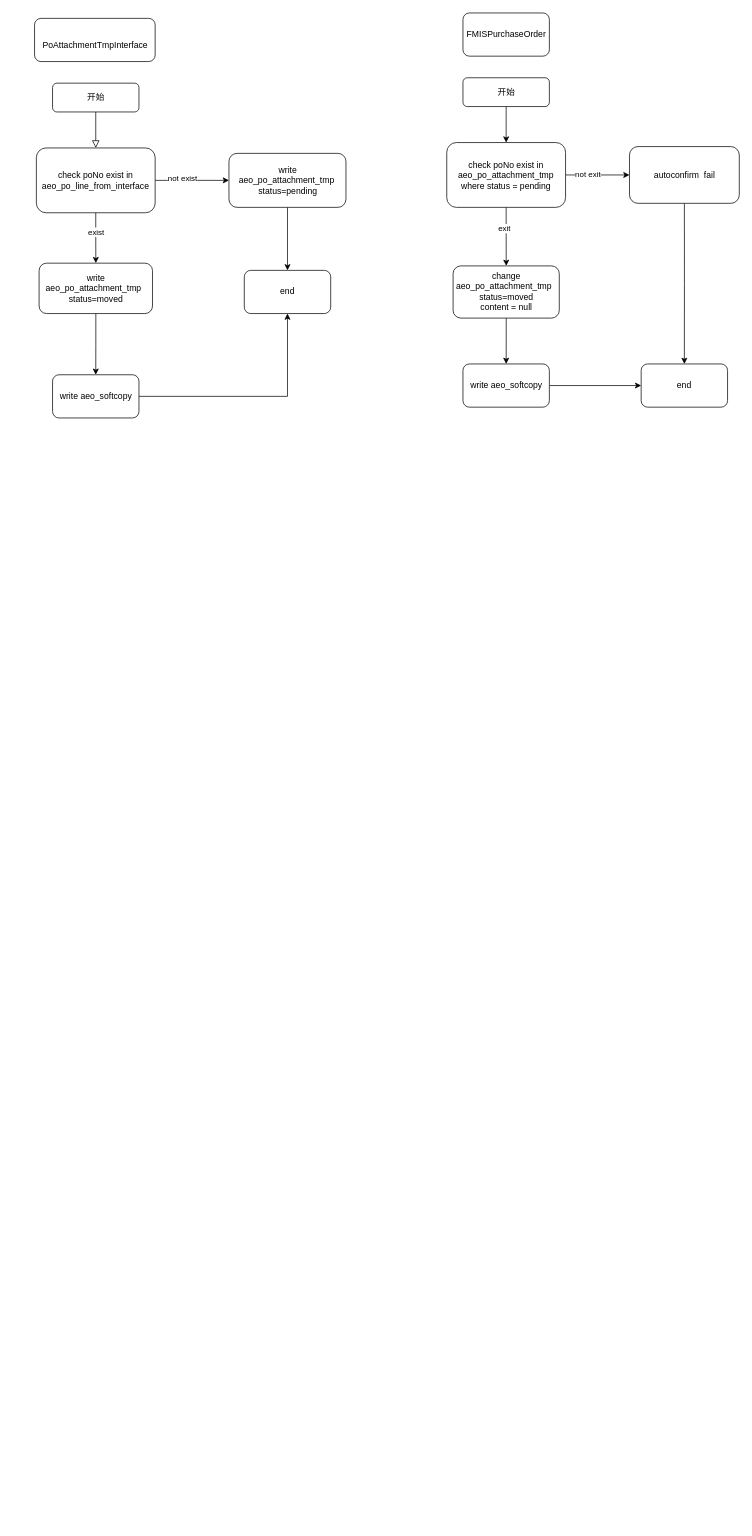
1119132473/doc keeps this draw.io diagram as po_atta.drawio. Above is the earlier version. Source tidied: cells renumbered, new cells numbered last; positions are measured from the earlier drawing's top-left corner, leaving out a move shared by most shapes. Both pictures are drawn from the tidied source at 72%, with x=0, y=0 at pixel (35, 12).
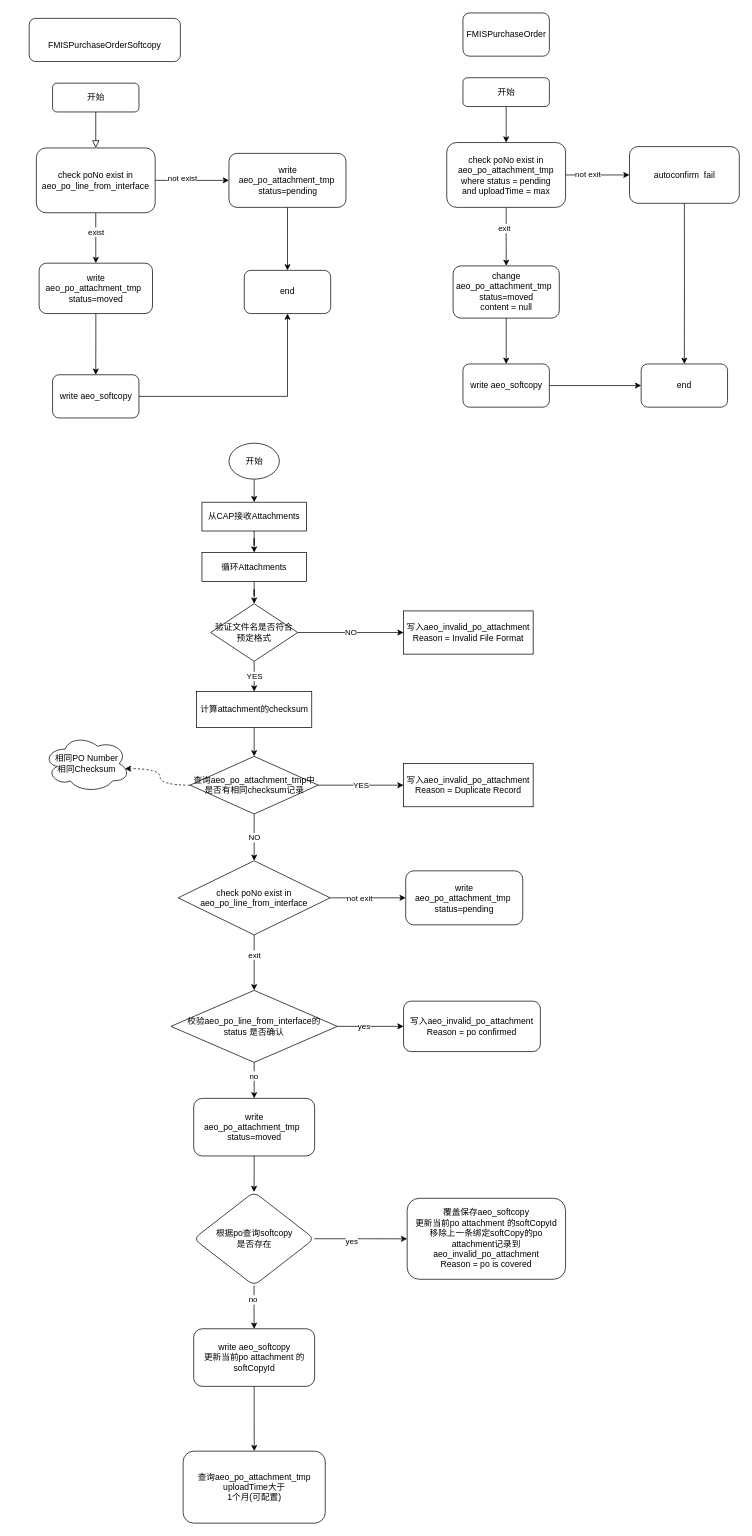
After the change.

Change to the diagram source:
```diff
@@
-    <mxCell id="4" value="&lt;br&gt;&lt;table width=&quot;230&quot; cellspacing=&quot;0&quot; cellpadding=&quot;0&quot; border=&quot;0&quot;&gt;&lt;tbody&gt;&lt;tr height=&quot;20&quot;&gt;&lt;td style=&quot;height:15.0pt;width:173pt&quot; class=&quot;xl66&quot; width=&quot;230&quot; height=&quot;20&quot;&gt;PoAttachmentTmpInterface&lt;/td&gt;&lt;/tr&gt;&lt;/tbody&gt;&lt;/table&gt;" style="rounded=1;whiteSpace=wrap;html=1;" parent="1" vertex="1">
-      <mxGeometry x="-0.5" y="8" width="167.5" height="60" as="geometry" />
-    </mxCell>
@@
-    <mxCell id="24" value="&lt;div&gt;check poNo exist in aeo_po_attachment_tmp&lt;/div&gt;&lt;div&gt;where status = pending&lt;br&gt;&lt;/div&gt;" style="rounded=1;whiteSpace=wrap;html=1;" parent="1" vertex="1">
+    <mxCell id="24" value="&lt;div&gt;check poNo exist in aeo_po_attachment_tmp&lt;/div&gt;&lt;div&gt;where status = pending&lt;/div&gt;&lt;div&gt;and uploadTime = max&lt;br&gt;&lt;/div&gt;" style="rounded=1;whiteSpace=wrap;html=1;" parent="1" vertex="1">
       <mxGeometry x="572" y="180.5" width="165" height="90" as="geometry" />
     </mxCell>
@@
+    <mxCell id="32" value="&lt;br&gt;&lt;table width=&quot;230&quot; cellspacing=&quot;0&quot; cellpadding=&quot;0&quot; border=&quot;0&quot;&gt;&lt;colgroup&gt;&lt;col width=&quot;230&quot;&gt;&lt;/colgroup&gt;&lt;tbody&gt;&lt;tr height=&quot;40&quot;&gt;  &lt;td style=&quot;height:30.0pt;width:173pt&quot; class=&quot;xl66&quot; width=&quot;230&quot; height=&quot;40&quot;&gt;FMISPurchaseOrderSoftcopy&lt;/td&gt;&lt;/tr&gt;&lt;/tbody&gt;&lt;/table&gt;" style="rounded=1;whiteSpace=wrap;html=1;" parent="1" vertex="1">
+      <mxGeometry x="-8" y="8" width="210" height="60" as="geometry" />
+    </mxCell>
+    <mxCell id="33" style="edgeStyle=orthogonalEdgeStyle;rounded=0;jettySize=auto;html=1;exitX=0.5;exitY=1;exitDx=0;exitDy=0;entryX=0.5;entryY=0;entryDx=0;entryDy=0;" parent="1" edge="1" source="34" target="36">
+      <mxGeometry relative="1" as="geometry" />
+    </mxCell>
+    <mxCell id="34" value="开始" style="ellipse;whiteSpace=wrap;html=1;" parent="1" vertex="1">
+      <mxGeometry x="269.5" y="598" width="70" height="50" as="geometry" />
+    </mxCell>
+    <mxCell id="35" style="edgeStyle=orthogonalEdgeStyle;rounded=0;jettySize=auto;html=1;exitX=0.5;exitY=1;exitDx=0;exitDy=0;" parent="1" edge="1" source="36" target="38">
+      <mxGeometry relative="1" as="geometry" />
+    </mxCell>
+    <mxCell id="36" value="从CAP接收Attachments" style="rounded=0;whiteSpace=wrap;html=1;" parent="1" vertex="1">
+      <mxGeometry x="232" y="680" width="145" height="40" as="geometry" />
+    </mxCell>
+    <mxCell id="37" style="edgeStyle=orthogonalEdgeStyle;rounded=0;jettySize=auto;html=1;" parent="1" edge="1" source="38" target="41">
+      <mxGeometry relative="1" as="geometry" />
+    </mxCell>
+    <mxCell id="38" value="循环Attachments" style="rounded=0;whiteSpace=wrap;html=1;" parent="1" vertex="1">
+      <mxGeometry x="232" y="750" width="145" height="40" as="geometry" />
+    </mxCell>
+    <mxCell id="39" value="YES" style="edgeStyle=orthogonalEdgeStyle;rounded=0;jettySize=auto;html=1;" parent="1" edge="1" source="41" target="44">
+      <mxGeometry relative="1" as="geometry" />
+    </mxCell>
+    <mxCell id="40" value="NO" style="edgeStyle=orthogonalEdgeStyle;rounded=0;jettySize=auto;html=1;" parent="1" edge="1" source="41" target="42">
+      <mxGeometry relative="1" as="geometry" />
+    </mxCell>
+    <mxCell id="41" value="验证文件名是否符合预定格式" style="rhombus;whiteSpace=wrap;html=1;" parent="1" vertex="1">
+      <mxGeometry x="244" y="821" width="121" height="80" as="geometry" />
+    </mxCell>
+    <mxCell id="42" value="写入aeo_invalid_po_attachment&lt;br&gt;Reason = Invalid File Format" style="rounded=0;whiteSpace=wrap;html=1;" parent="1" vertex="1">
+      <mxGeometry x="512" y="831" width="180" height="60" as="geometry" />
+    </mxCell>
+    <mxCell id="43" style="edgeStyle=orthogonalEdgeStyle;rounded=0;jettySize=auto;html=1;" parent="1" edge="1" source="44" target="48">
+      <mxGeometry relative="1" as="geometry" />
+    </mxCell>
+    <mxCell id="44" value="计算attachment的checksum" style="rounded=0;whiteSpace=wrap;html=1;" parent="1" vertex="1">
+      <mxGeometry x="224.5" y="943" width="160" height="50" as="geometry" />
+    </mxCell>
+    <mxCell id="45" value="YES" style="edgeStyle=orthogonalEdgeStyle;rounded=0;jettySize=auto;html=1;" parent="1" edge="1" source="48" target="50">
+      <mxGeometry relative="1" as="geometry" />
+    </mxCell>
+    <mxCell id="46" style="edgeStyle=orthogonalEdgeStyle;rounded=0;jettySize=auto;html=1;exitX=0;exitY=0.5;exitDx=0;exitDy=0;entryX=0.942;entryY=0.588;entryDx=0;entryDy=0;entryPerimeter=0;curved=1;dashed=1;" parent="1" edge="1" source="48" target="49">
+      <mxGeometry relative="1" as="geometry" />
+    </mxCell>
+    <mxCell id="47" value="NO" style="edgeStyle=orthogonalEdgeStyle;curved=1;rounded=0;jettySize=auto;html=1;entryX=0.5;entryY=0;entryDx=0;entryDy=0;" parent="1" edge="1" source="48" target="55">
+      <mxGeometry relative="1" as="geometry" />
+    </mxCell>
+    <mxCell id="48" value="查询aeo_po_attachment_tmp中是否有相同checksum记录" style="rhombus;whiteSpace=wrap;html=1;" parent="1" vertex="1">
+      <mxGeometry x="215.5" y="1033" width="178" height="80" as="geometry" />
+    </mxCell>
+    <mxCell id="49" value="相同PO Number&lt;br&gt;相同Checksum" style="ellipse;shape=cloud;whiteSpace=wrap;html=1;" parent="1" vertex="1">
+      <mxGeometry x="12" y="1003" width="120" height="80" as="geometry" />
+    </mxCell>
+    <mxCell id="50" value="写入aeo_invalid_po_attachment&lt;br&gt;Reason = Duplicate Record" style="rounded=0;whiteSpace=wrap;html=1;" parent="1" vertex="1">
+      <mxGeometry x="512" y="1043" width="180" height="60" as="geometry" />
+    </mxCell>
+    <mxCell id="51" style="edgeStyle=orthogonalEdgeStyle;rounded=0;jettySize=auto;html=1;exitX=1;exitY=0.5;exitDx=0;exitDy=0;entryX=0;entryY=0.5;entryDx=0;entryDy=0;" parent="1" edge="1" source="55" target="56">
+      <mxGeometry relative="1" as="geometry" />
+    </mxCell>
+    <mxCell id="52" value="not exit" style="edgeLabel;html=1;align=center;verticalAlign=middle;" parent="51" vertex="1">
+      <mxGeometry x="-0.24" y="1" relative="1" as="geometry">
+        <mxPoint y="1" as="offset" />
+      </mxGeometry>
+    </mxCell>
+    <mxCell id="53" style="edgeStyle=orthogonalEdgeStyle;rounded=0;jettySize=auto;html=1;" parent="1" edge="1" source="55" target="61">
+      <mxGeometry relative="1" as="geometry" />
+    </mxCell>
+    <mxCell id="54" value="exit" style="edgeLabel;html=1;align=center;verticalAlign=middle;" parent="53" vertex="1">
+      <mxGeometry x="-0.31" relative="1" as="geometry" />
+    </mxCell>
+    <mxCell id="55" value="check poNo exist in aeo_po_line_from_interface" style="rhombus;whiteSpace=wrap;html=1;" parent="1" vertex="1">
+      <mxGeometry x="198.9" y="1178" width="211.2" height="103" as="geometry" />
+    </mxCell>
+    <mxCell id="56" value="write aeo_po_attachment_tmp&amp;nbsp; status=pending" style="rounded=1;whiteSpace=wrap;html=1;" parent="1" vertex="1">
+      <mxGeometry x="515" y="1192" width="162.5" height="75" as="geometry" />
+    </mxCell>
+    <mxCell id="57" style="edgeStyle=orthogonalEdgeStyle;rounded=0;jettySize=auto;html=1;" parent="1" edge="1" source="61" target="62">
+      <mxGeometry relative="1" as="geometry" />
+    </mxCell>
+    <mxCell id="58" value="yes" style="edgeLabel;html=1;align=center;verticalAlign=middle;" parent="57" vertex="1">
+      <mxGeometry x="-0.22" y="1" relative="1" as="geometry" />
+    </mxCell>
+    <mxCell id="59" style="edgeStyle=orthogonalEdgeStyle;rounded=0;jettySize=auto;html=1;" parent="1" edge="1" source="61" target="64">
+      <mxGeometry relative="1" as="geometry" />
+    </mxCell>
+    <mxCell id="60" value="no" style="edgeLabel;html=1;align=center;verticalAlign=middle;" parent="59" vertex="1">
+      <mxGeometry x="-0.28" y="-1" relative="1" as="geometry" />
+    </mxCell>
+    <mxCell id="61" value="&lt;div&gt;校验aeo_po_line_from_interface的&lt;/div&gt;&lt;div&gt;status 是否确认&lt;/div&gt;" style="rhombus;whiteSpace=wrap;html=1;" parent="1" vertex="1">
+      <mxGeometry x="188.9" y="1358" width="231.2" height="100" as="geometry" />
+    </mxCell>
+    <mxCell id="62" value="写入aeo_invalid_po_attachment&lt;br&gt;Reason = &lt;span class=&quot;HwtZe&quot; lang=&quot;en&quot;&gt;&lt;span class=&quot;jCAhz ChMk0b&quot;&gt;&lt;span class=&quot;ryNqvb&quot;&gt;po confirmed&lt;/span&gt;&lt;/span&gt;&lt;/span&gt; " style="rounded=1;whiteSpace=wrap;html=1;" parent="1" vertex="1">
+      <mxGeometry x="512" y="1373" width="190" height="70" as="geometry" />
+    </mxCell>
+    <mxCell id="63" style="edgeStyle=orthogonalEdgeStyle;rounded=0;jettySize=auto;html=1;" parent="1" edge="1" source="64" target="69">
+      <mxGeometry relative="1" as="geometry" />
+    </mxCell>
+    <mxCell id="64" value="write aeo_po_attachment_tmp&amp;nbsp;&amp;nbsp; status=moved" style="rounded=1;whiteSpace=wrap;html=1;" parent="1" vertex="1">
+      <mxGeometry x="220.5" y="1508" width="168" height="80" as="geometry" />
+    </mxCell>
+    <mxCell id="65" style="edgeStyle=orthogonalEdgeStyle;rounded=0;jettySize=auto;html=1;" parent="1" edge="1" source="69" target="70">
+      <mxGeometry relative="1" as="geometry" />
+    </mxCell>
+    <mxCell id="66" value="yes" style="edgeLabel;html=1;align=center;verticalAlign=middle;" parent="65" vertex="1">
+      <mxGeometry x="-0.21" y="-3" relative="1" as="geometry" />
+    </mxCell>
+    <mxCell id="67" style="edgeStyle=orthogonalEdgeStyle;rounded=0;jettySize=auto;html=1;" parent="1" edge="1" source="69" target="72">
+      <mxGeometry relative="1" as="geometry" />
+    </mxCell>
+    <mxCell id="68" value="no" style="edgeLabel;html=1;align=center;verticalAlign=middle;" parent="67" vertex="1">
+      <mxGeometry x="-0.32" y="-2" relative="1" as="geometry" />
+    </mxCell>
+    <mxCell id="69" value="&lt;div&gt;根据po查询softcopy&lt;/div&gt;&lt;div&gt;是否存在&lt;br&gt;&lt;/div&gt;" style="rhombus;whiteSpace=wrap;html=1;rounded=1;" parent="1" vertex="1">
+      <mxGeometry x="220.5" y="1638" width="167.5" height="130" as="geometry" />
+    </mxCell>
+    <mxCell id="70" value="&lt;div&gt;覆盖保存aeo_softcopy&lt;/div&gt;&lt;div&gt;更新当前po attachment 的softCopyId&lt;/div&gt;&lt;div&gt;移除上一条绑定softCopy的po attachment记录到&lt;/div&gt;&lt;div&gt;aeo_invalid_po_attachment&lt;br&gt;Reason = &lt;span class=&quot;HwtZe&quot; lang=&quot;en&quot;&gt;&lt;span class=&quot;jCAhz ChMk0b&quot;&gt;&lt;span class=&quot;ryNqvb&quot;&gt;po is covered&lt;/span&gt;&lt;/span&gt;&lt;/span&gt;&lt;/div&gt;" style="rounded=1;whiteSpace=wrap;html=1;" parent="1" vertex="1">
+      <mxGeometry x="517" y="1646.8" width="220" height="112.5" as="geometry" />
+    </mxCell>
+    <mxCell id="71" style="edgeStyle=orthogonalEdgeStyle;rounded=0;jettySize=auto;html=1;" parent="1" edge="1" source="72" target="73">
+      <mxGeometry relative="1" as="geometry" />
+    </mxCell>
+    <mxCell id="72" value="&lt;div&gt;write aeo_softcopy&lt;/div&gt;&lt;div&gt;更新当前po attachment 的softCopyId&lt;/div&gt;" style="rounded=1;whiteSpace=wrap;html=1;" parent="1" vertex="1">
+      <mxGeometry x="220.5" y="1828" width="168" height="80" as="geometry" />
+    </mxCell>
+    <mxCell id="73" value="&lt;div&gt;查询aeo_po_attachment_tmp uploadTime大于&lt;/div&gt;&lt;div&gt;1个月(可配置)&lt;br&gt;&lt;/div&gt;" style="rounded=1;whiteSpace=wrap;html=1;" parent="1" vertex="1">
+      <mxGeometry x="205.8" y="1998" width="197.5" height="100" as="geometry" />
+    </mxCell>
```
